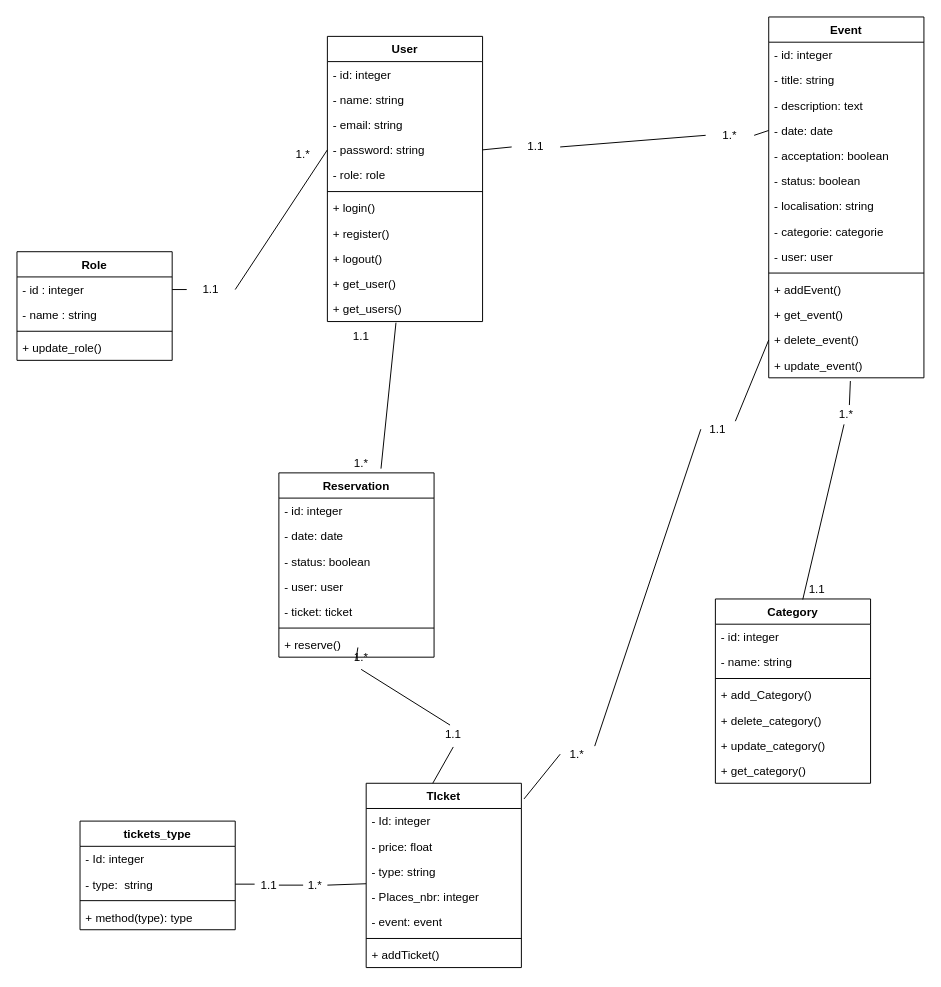
Before: diagramme_classe.drawio in Mohamed072005/YouEvent, a draw.io diagram. Source tidied: cells renumbered, new cells numbered last; positions are measured from the earlier drawing's top-left corner, leaving out a move shared by most shapes. Both pictures are drawn from the tidied source at 97%, with x=0, y=0 at pixel (16, 16).
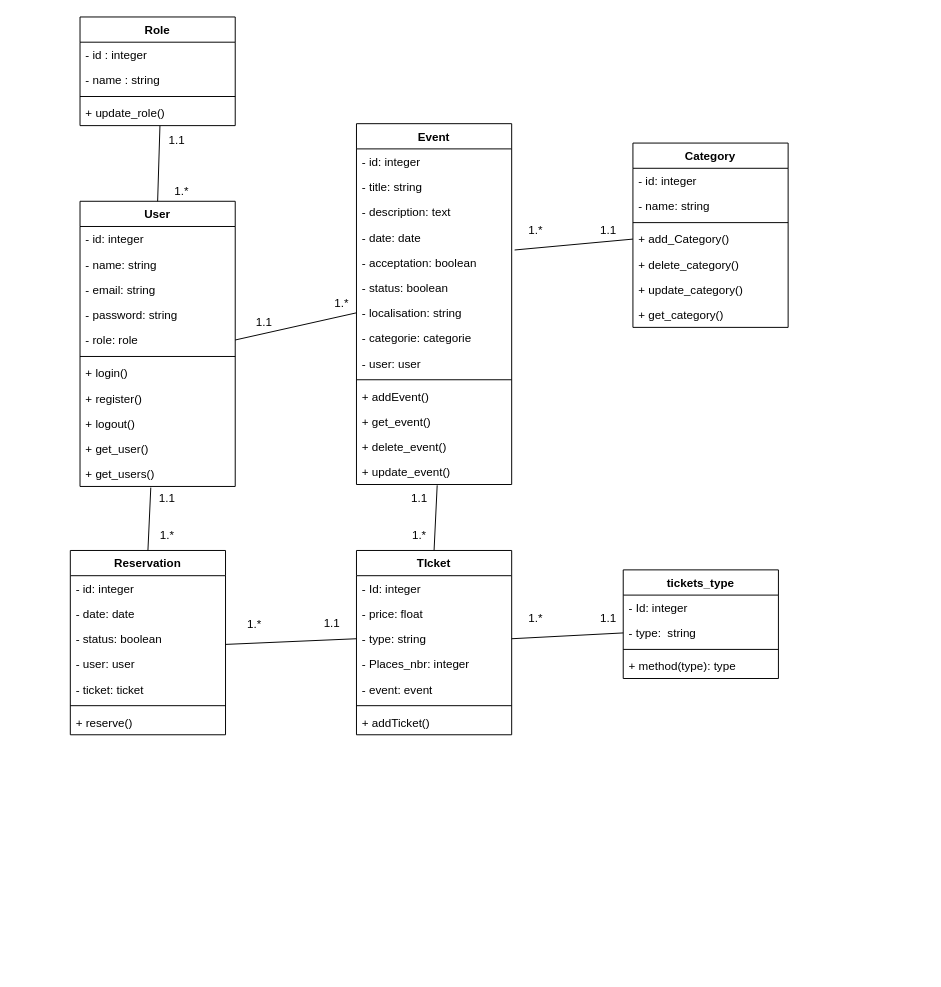
Above is the later version.

Commit message (it also covers changes not shown here):
add some edit in use-case and class diagram"

The change refers to these unchanged cells:
```xml
<mxCell id="6" value="- password: string" style="text;strokeColor=none;fillColor=none;align=left;verticalAlign=top;spacingLeft=4;spacingRight=4;overflow=hidden;points=[[0,0.5],[1,0.5]];portConstraint=eastwest;" parent="2" vertex="1">
  <mxGeometry y="104" width="160" height="26" as="geometry" />
</mxCell>
<mxCell id="7" value="- role: role" style="text;strokeColor=none;fillColor=none;align=left;verticalAlign=top;spacingLeft=4;spacingRight=4;overflow=hidden;points=[[0,0.5],[1,0.5]];portConstraint=eastwest;" parent="2" vertex="1">
  <mxGeometry y="130" width="160" height="26" as="geometry" />
</mxCell>
<mxCell id="13" value="+ get_users()" style="text;strokeColor=none;fillColor=none;align=left;verticalAlign=top;spacingLeft=4;spacingRight=4;overflow=hidden;points=[[0,0.5],[1,0.5]];portConstraint=eastwest;" parent="2" vertex="1">
  <mxGeometry y="268" width="160" height="26" as="geometry" />
</mxCell>
<mxCell id="18" value="- date: date" style="text;strokeColor=none;fillColor=none;align=left;verticalAlign=top;spacingLeft=4;spacingRight=4;overflow=hidden;points=[[0,0.5],[1,0.5]];portConstraint=eastwest;" parent="14" vertex="1">
  <mxGeometry y="104" width="160" height="26" as="geometry" />
</mxCell>
<mxCell id="19" value="- acceptation: boolean" style="text;strokeColor=none;fillColor=none;align=left;verticalAlign=top;spacingLeft=4;spacingRight=4;overflow=hidden;points=[[0,0.5],[1,0.5]];portConstraint=eastwest;" parent="14" vertex="1">
  <mxGeometry y="130" width="160" height="26" as="geometry" />
</mxCell>
<mxCell id="21" value="- localisation: string" style="text;strokeColor=none;fillColor=none;align=left;verticalAlign=top;spacingLeft=4;spacingRight=4;overflow=hidden;points=[[0,0.5],[1,0.5]];portConstraint=eastwest;" parent="14" vertex="1">
  <mxGeometry y="182" width="160" height="26" as="geometry" />
</mxCell>
<mxCell id="27" value="+ delete_event()" style="text;strokeColor=none;fillColor=none;align=left;verticalAlign=top;spacingLeft=4;spacingRight=4;overflow=hidden;points=[[0,0.5],[1,0.5]];portConstraint=eastwest;" parent="14" vertex="1">
  <mxGeometry y="320" width="160" height="26" as="geometry" />
</mxCell>
<mxCell id="28" value="+ update_event()" style="text;strokeColor=none;fillColor=none;align=left;verticalAlign=top;spacingLeft=4;spacingRight=4;overflow=hidden;points=[[0,0.5],[1,0.5]];portConstraint=eastwest;" parent="14" vertex="1">
  <mxGeometry y="346" width="160" height="26" as="geometry" />
</mxCell>
<mxCell id="33" value="+ add_Category()" style="text;strokeColor=none;fillColor=none;align=left;verticalAlign=top;spacingLeft=4;spacingRight=4;overflow=hidden;points=[[0,0.5],[1,0.5]];portConstraint=eastwest;" parent="29" vertex="1">
  <mxGeometry y="86" width="160" height="26" as="geometry" />
</mxCell>
<mxCell id="40" value="- type: string" style="text;strokeColor=none;fillColor=none;align=left;verticalAlign=top;spacingLeft=4;spacingRight=4;overflow=hidden;points=[[0,0.5],[1,0.5]];portConstraint=eastwest;" parent="37" vertex="1">
  <mxGeometry y="78" width="160" height="26" as="geometry" />
</mxCell>
<mxCell id="41" value="- Places_nbr: integer" style="text;strokeColor=none;fillColor=none;align=left;verticalAlign=top;spacingLeft=4;spacingRight=4;overflow=hidden;points=[[0,0.5],[1,0.5]];portConstraint=eastwest;" parent="37" vertex="1">
  <mxGeometry y="104" width="160" height="26" as="geometry" />
</mxCell>
<mxCell id="48" value="- status: boolean" style="text;strokeColor=none;fillColor=none;align=left;verticalAlign=top;spacingLeft=4;spacingRight=4;overflow=hidden;points=[[0,0.5],[1,0.5]];portConstraint=eastwest;" parent="45" vertex="1">
  <mxGeometry y="78" width="160" height="26" as="geometry" />
</mxCell>
<mxCell id="52" value="+ reserve()" style="text;strokeColor=none;fillColor=none;align=left;verticalAlign=top;spacingLeft=4;spacingRight=4;overflow=hidden;points=[[0,0.5],[1,0.5]];portConstraint=eastwest;" parent="45" vertex="1">
  <mxGeometry y="164" width="160" height="26" as="geometry" />
</mxCell>
<mxCell id="60" value="- id : integer" style="text;strokeColor=none;fillColor=none;align=left;verticalAlign=top;spacingLeft=4;spacingRight=4;overflow=hidden;points=[[0,0.5],[1,0.5]];portConstraint=eastwest;" parent="59" vertex="1">
  <mxGeometry y="26" width="160" height="26" as="geometry" />
</mxCell>
<mxCell id="63" value="+ update_role()" style="text;strokeColor=none;fillColor=none;align=left;verticalAlign=top;spacingLeft=4;spacingRight=4;overflow=hidden;points=[[0,0.5],[1,0.5]];portConstraint=eastwest;" parent="59" vertex="1">
  <mxGeometry y="86" width="160" height="26" as="geometry" />
</mxCell>
<mxCell id="86" value="- type:  string" style="text;strokeColor=none;fillColor=none;align=left;verticalAlign=top;spacingLeft=4;spacingRight=4;overflow=hidden;points=[[0,0.5],[1,0.5]];portConstraint=eastwest;" parent="84" vertex="1">
  <mxGeometry y="52" width="160" height="26" as="geometry" />
</mxCell>
```

What changed in the source:
```diff
@@
     <mxCell id="2" value="User" style="swimlane;fontStyle=1;align=center;verticalAlign=top;horizontal=1;startSize=26;" parent="1" vertex="1">
-      <mxGeometry x="320" y="20" width="160" height="294" as="geometry" />
+      <mxGeometry x="65" y="190" width="160" height="294" as="geometry" />
     </mxCell>
@@
     <mxCell id="14" value="Event" style="swimlane;fontStyle=1;align=center;verticalAlign=top;horizontal=1;startSize=26;" parent="1" vertex="1">
-      <mxGeometry x="775" width="160" height="372" as="geometry" />
+      <mxGeometry x="350" y="110" width="160" height="372" as="geometry" />
     </mxCell>
@@
     <mxCell id="29" value="Category" style="swimlane;fontStyle=1;align=center;verticalAlign=top;horizontal=1;startSize=26;" parent="1" vertex="1">
-      <mxGeometry x="720" y="600" width="160" height="190" as="geometry" />
+      <mxGeometry x="635" y="130" width="160" height="190" as="geometry" />
     </mxCell>
@@
     <mxCell id="37" value="TIcket" style="swimlane;fontStyle=1;align=center;verticalAlign=top;horizontal=1;startSize=26;" parent="1" vertex="1">
-      <mxGeometry x="360" y="790" width="160" height="190" as="geometry" />
+      <mxGeometry x="350" y="550" width="160" height="190" as="geometry" />
     </mxCell>
@@
     <mxCell id="45" value="Reservation" style="swimlane;fontStyle=1;align=center;verticalAlign=top;horizontal=1;startSize=26;" parent="1" vertex="1">
-      <mxGeometry x="270" y="470" width="160" height="190" as="geometry" />
+      <mxGeometry x="55" y="550" width="160" height="190" as="geometry" />
     </mxCell>
@@
-    <mxCell id="53" style="endArrow=none;html=1;entryX=0;entryY=0.5;entryDx=0;entryDy=0;exitX=1;exitY=0.5;exitDx=0;exitDy=0;startArrow=none;" parent="1" edge="1" source="81" target="18">
-      <mxGeometry relative="1" as="geometry" />
-    </mxCell>
-    <mxCell id="54" style="endArrow=none;html=1;exitX=0.563;exitY=0.003;exitDx=0;exitDy=0;exitPerimeter=0;startArrow=none;entryX=0.526;entryY=1.127;entryDx=0;entryDy=0;entryPerimeter=0;" parent="1" edge="1" source="79" target="28">
-      <mxGeometry relative="1" as="geometry" />
-    </mxCell>
     <mxCell id="55" value="1.1" style="text;html=1;strokeColor=none;fillColor=none;align=center;verticalAlign=middle;whiteSpace=wrap;rounded=0;" parent="1" vertex="1">
-      <mxGeometry x="800" y="580" width="50" height="20" as="geometry" />
+      <mxGeometry x="585" y="210" width="50" height="20" as="geometry" />
     </mxCell>
-    <mxCell id="56" style="endArrow=none;html=1;entryX=0.442;entryY=1.044;entryDx=0;entryDy=0;exitX=0.658;exitY=-0.023;exitDx=0;exitDy=0;exitPerimeter=0;entryPerimeter=0;" parent="1" edge="1" source="45" target="13">
-      <mxGeometry relative="1" as="geometry" />
-    </mxCell>
-    <mxCell id="57" style="endArrow=none;html=1;exitX=1.017;exitY=0.085;exitDx=0;exitDy=0;exitPerimeter=0;entryX=0;entryY=0.5;entryDx=0;entryDy=0;startArrow=none;" parent="1" edge="1" source="77" target="27">
-      <mxGeometry relative="1" as="geometry" />
-    </mxCell>
-    <mxCell id="58" style="endArrow=none;html=1;exitX=0.429;exitY=0;exitDx=0;exitDy=0;exitPerimeter=0;entryX=0.496;entryY=1.128;entryDx=0;entryDy=0;entryPerimeter=0;startArrow=none;" parent="1" edge="1" source="71" target="52">
-      <mxGeometry relative="1" as="geometry" />
-    </mxCell>
     <mxCell id="59" value="Role" style="swimlane;fontStyle=1;align=center;verticalAlign=top;horizontal=1;startSize=26;" parent="1" vertex="1">
-      <mxGeometry y="242" width="160" height="112" as="geometry" />
+      <mxGeometry x="65" width="160" height="112" as="geometry" />
     </mxCell>
@@
-    <mxCell id="64" style="endArrow=none;html=1;exitX=1;exitY=0.5;exitDx=0;exitDy=0;entryX=0;entryY=0.5;entryDx=0;entryDy=0;startArrow=none;" parent="1" edge="1" source="69" target="6">
-      <mxGeometry relative="1" as="geometry" />
-    </mxCell>
     <mxCell id="65" value="1.*" style="text;html=1;strokeColor=none;fillColor=none;align=center;verticalAlign=middle;whiteSpace=wrap;rounded=0;" parent="1" vertex="1">
-      <mxGeometry x="270" y="132" width="50" height="20" as="geometry" />
+      <mxGeometry x="145" y="170" width="50" height="20" as="geometry" />
     </mxCell>
-    <mxCell id="66" value="1.*" style="text;html=1;strokeColor=none;fillColor=none;align=center;verticalAlign=middle;whiteSpace=wrap;rounded=0;" parent="1" vertex="1">
-      <mxGeometry x="330" y="450" width="50" height="20" as="geometry" />
-    </mxCell>
-    <mxCell id="67" value="1.1" style="text;html=1;strokeColor=none;fillColor=none;align=center;verticalAlign=middle;whiteSpace=wrap;rounded=0;" parent="1" vertex="1">
-      <mxGeometry x="330" y="320" width="50" height="20" as="geometry" />
-    </mxCell>
-    <mxCell id="68" style="endArrow=none;html=1;exitX=1;exitY=0.5;exitDx=0;exitDy=0;entryX=0;entryY=0.5;entryDx=0;entryDy=0;" parent="1" edge="1" source="60" target="69">
-      <mxGeometry relative="1" as="geometry" />
-    </mxCell>
-    <mxCell id="69" value="1.1" style="text;html=1;strokeColor=none;fillColor=none;align=center;verticalAlign=middle;whiteSpace=wrap;rounded=0;" parent="1" vertex="1">
-      <mxGeometry x="175" y="271" width="50" height="20" as="geometry" />
-    </mxCell>
-    <mxCell id="70" style="endArrow=none;html=1;exitX=0.429;exitY=0;exitDx=0;exitDy=0;exitPerimeter=0;entryX=0.496;entryY=1.128;entryDx=0;entryDy=0;entryPerimeter=0;startArrow=none;" parent="1" edge="1" source="73" target="71">
-      <mxGeometry relative="1" as="geometry" />
-    </mxCell>
-    <mxCell id="71" value="1.*" style="text;html=1;strokeColor=none;fillColor=none;align=center;verticalAlign=middle;whiteSpace=wrap;rounded=0;" parent="1" vertex="1">
-      <mxGeometry x="330" y="650" width="50" height="20" as="geometry" />
-    </mxCell>
-    <mxCell id="72" style="endArrow=none;html=1;exitX=0.429;exitY=0;exitDx=0;exitDy=0;exitPerimeter=0;entryX=0.496;entryY=1.128;entryDx=0;entryDy=0;entryPerimeter=0;" parent="1" edge="1" source="37" target="73">
-      <mxGeometry relative="1" as="geometry" />
-    </mxCell>
-    <mxCell id="73" value="1.1" style="text;html=1;strokeColor=none;fillColor=none;align=center;verticalAlign=middle;whiteSpace=wrap;rounded=0;" parent="1" vertex="1">
-      <mxGeometry x="425" y="730" width="50" height="20" as="geometry" />
-    </mxCell>
-    <mxCell id="74" style="endArrow=none;html=1;exitX=1.017;exitY=0.085;exitDx=0;exitDy=0;exitPerimeter=0;entryX=0;entryY=0.5;entryDx=0;entryDy=0;" parent="1" edge="1" source="37" target="75">
-      <mxGeometry relative="1" as="geometry" />
-    </mxCell>
-    <mxCell id="75" value="1.*" style="text;html=1;strokeColor=none;fillColor=none;align=center;verticalAlign=middle;whiteSpace=wrap;rounded=0;" parent="1" vertex="1">
-      <mxGeometry x="560" y="750" width="35" height="20" as="geometry" />
-    </mxCell>
-    <mxCell id="76" style="endArrow=none;html=1;exitX=1.017;exitY=0.085;exitDx=0;exitDy=0;exitPerimeter=0;entryX=0;entryY=0.5;entryDx=0;entryDy=0;startArrow=none;" parent="1" edge="1" source="75" target="77">
-      <mxGeometry relative="1" as="geometry" />
-    </mxCell>
-    <mxCell id="77" value="1.1" style="text;html=1;strokeColor=none;fillColor=none;align=center;verticalAlign=middle;whiteSpace=wrap;rounded=0;" parent="1" vertex="1">
-      <mxGeometry x="705" y="415" width="35" height="20" as="geometry" />
-    </mxCell>
-    <mxCell id="78" style="endArrow=none;html=1;exitX=0.563;exitY=0.003;exitDx=0;exitDy=0;exitPerimeter=0;" parent="1" edge="1" source="29" target="79">
-      <mxGeometry relative="1" as="geometry" />
-    </mxCell>
     <mxCell id="79" value="1.*" style="text;html=1;strokeColor=none;fillColor=none;align=center;verticalAlign=middle;whiteSpace=wrap;rounded=0;" parent="1" vertex="1">
-      <mxGeometry x="830" y="400" width="50" height="20" as="geometry" />
+      <mxGeometry x="510" y="210" width="50" height="20" as="geometry" />
     </mxCell>
-    <mxCell id="80" style="endArrow=none;html=1;entryX=0;entryY=0.5;entryDx=0;entryDy=0;exitX=1;exitY=0.5;exitDx=0;exitDy=0;startArrow=none;" parent="1" edge="1" source="83" target="81">
-      <mxGeometry relative="1" as="geometry" />
-    </mxCell>
-    <mxCell id="81" value="1.*" style="text;html=1;strokeColor=none;fillColor=none;align=center;verticalAlign=middle;whiteSpace=wrap;rounded=0;" parent="1" vertex="1">
-      <mxGeometry x="710" y="112" width="50" height="20" as="geometry" />
-    </mxCell>
-    <mxCell id="82" style="endArrow=none;html=1;entryX=0;entryY=0.5;entryDx=0;entryDy=0;exitX=1;exitY=0.5;exitDx=0;exitDy=0;" parent="1" edge="1" source="6" target="83">
-      <mxGeometry relative="1" as="geometry" />
-    </mxCell>
-    <mxCell id="83" value="1.1" style="text;html=1;strokeColor=none;fillColor=none;align=center;verticalAlign=middle;whiteSpace=wrap;rounded=0;" parent="1" vertex="1">
-      <mxGeometry x="510" y="124" width="50" height="20" as="geometry" />
-    </mxCell>
     <mxCell id="84" value="tickets_type" style="swimlane;fontStyle=1;align=center;verticalAlign=top;horizontal=1;startSize=26;" parent="1" vertex="1">
-      <mxGeometry x="65" y="829" width="160" height="112" as="geometry" />
+      <mxGeometry x="625" y="570" width="160" height="112" as="geometry" />
     </mxCell>
@@
-    <mxCell id="89" style="endArrow=none;html=1;exitX=1;exitY=0.5;exitDx=0;exitDy=0;" parent="1" edge="1" source="86">
-      <mxGeometry relative="1" as="geometry">
-        <mxPoint x="245" y="894" as="targetPoint" />
-      </mxGeometry>
-    </mxCell>
-    <mxCell id="90" value="1.1" style="text;strokeColor=none;align=center;fillColor=none;html=1;verticalAlign=middle;whiteSpace=wrap;rounded=0;" parent="1" vertex="1">
-      <mxGeometry x="250" y="880" width="20" height="30" as="geometry" />
-    </mxCell>
-    <mxCell id="91" value="1.*" style="text;strokeColor=none;align=center;fillColor=none;html=1;verticalAlign=middle;whiteSpace=wrap;rounded=0;" parent="1" vertex="1">
-      <mxGeometry x="295" y="880" width="25" height="30" as="geometry" />
-    </mxCell>
-    <mxCell id="92" style="endArrow=none;html=1;exitX=-0.001;exitY=-0.016;exitDx=0;exitDy=0;exitPerimeter=0;entryX=1;entryY=0.5;entryDx=0;entryDy=0;" parent="1" edge="1" source="41" target="91">
-      <mxGeometry relative="1" as="geometry" />
-    </mxCell>
-    <mxCell id="93" style="endArrow=none;html=1;exitX=1;exitY=0.5;exitDx=0;exitDy=0;entryX=0;entryY=0.5;entryDx=0;entryDy=0;" parent="1" edge="1" source="90" target="91">
-      <mxGeometry relative="1" as="geometry" />
-    </mxCell>
+    <mxCell id="94" style="endArrow=none;html=1;entryX=0.515;entryY=1.011;entryDx=0;entryDy=0;entryPerimeter=0;exitX=0.5;exitY=0;exitDx=0;exitDy=0;" parent="1" edge="1" source="2" target="63">
+      <mxGeometry relative="1" as="geometry" />
+    </mxCell>
+    <mxCell id="95" value="1.1" style="text;strokeColor=none;align=center;fillColor=none;html=1;verticalAlign=middle;whiteSpace=wrap;rounded=0;" parent="1" vertex="1">
+      <mxGeometry x="135" y="112" width="60" height="30" as="geometry" />
+    </mxCell>
+    <mxCell id="96" style="endArrow=none;html=1;exitX=1;exitY=0.5;exitDx=0;exitDy=0;entryX=0;entryY=0.5;entryDx=0;entryDy=0;" parent="1" edge="1" source="7" target="21">
+      <mxGeometry relative="1" as="geometry" />
+    </mxCell>
+    <mxCell id="97" value="1.*" style="text;strokeColor=none;align=center;fillColor=none;html=1;verticalAlign=middle;whiteSpace=wrap;rounded=0;" parent="1" vertex="1">
+      <mxGeometry x="305" y="280" width="60" height="30" as="geometry" />
+    </mxCell>
+    <mxCell id="98" value="1.1" style="text;strokeColor=none;align=center;fillColor=none;html=1;verticalAlign=middle;whiteSpace=wrap;rounded=0;" parent="1" vertex="1">
+      <mxGeometry x="225" y="300" width="60" height="30" as="geometry" />
+    </mxCell>
+    <mxCell id="99" style="endArrow=none;html=1;entryX=0;entryY=0.5;entryDx=0;entryDy=0;exitX=1.019;exitY=0.009;exitDx=0;exitDy=0;exitPerimeter=0;" parent="1" edge="1" source="19" target="33">
+      <mxGeometry relative="1" as="geometry" />
+    </mxCell>
+    <mxCell id="100" style="endArrow=none;html=1;exitX=0.456;exitY=1.045;exitDx=0;exitDy=0;exitPerimeter=0;entryX=0.5;entryY=0;entryDx=0;entryDy=0;" parent="1" edge="1" source="13" target="45">
+      <mxGeometry relative="1" as="geometry" />
+    </mxCell>
+    <mxCell id="101" value="1.1" style="text;strokeColor=none;align=center;fillColor=none;html=1;verticalAlign=middle;whiteSpace=wrap;rounded=0;" parent="1" vertex="1">
+      <mxGeometry x="125" y="482" width="60" height="30" as="geometry" />
+    </mxCell>
+    <mxCell id="102" value="1.*" style="text;strokeColor=none;align=center;fillColor=none;html=1;verticalAlign=middle;whiteSpace=wrap;rounded=0;" parent="1" vertex="1">
+      <mxGeometry x="125" y="520" width="60" height="30" as="geometry" />
+    </mxCell>
+    <mxCell id="103" style="endArrow=none;html=1;entryX=0.52;entryY=1.031;entryDx=0;entryDy=0;entryPerimeter=0;exitX=0.5;exitY=0;exitDx=0;exitDy=0;" parent="1" edge="1" source="37" target="28">
+      <mxGeometry relative="1" as="geometry" />
+    </mxCell>
+    <mxCell id="104" style="endArrow=none;html=1;exitX=0.999;exitY=0.725;exitDx=0;exitDy=0;exitPerimeter=0;entryX=0;entryY=0.5;entryDx=0;entryDy=0;" parent="1" edge="1" source="48" target="40">
+      <mxGeometry relative="1" as="geometry" />
+    </mxCell>
+    <mxCell id="105" value="1.1" style="text;strokeColor=none;align=center;fillColor=none;html=1;verticalAlign=middle;whiteSpace=wrap;rounded=0;" parent="1" vertex="1">
+      <mxGeometry x="385" y="482" width="60" height="30" as="geometry" />
+    </mxCell>
+    <mxCell id="106" value="1.*" style="text;strokeColor=none;align=center;fillColor=none;html=1;verticalAlign=middle;whiteSpace=wrap;rounded=0;" parent="1" vertex="1">
+      <mxGeometry x="385" y="520" width="60" height="30" as="geometry" />
+    </mxCell>
+    <mxCell id="107" value="1.*" style="text;strokeColor=none;align=center;fillColor=none;html=1;verticalAlign=middle;whiteSpace=wrap;rounded=0;" parent="1" vertex="1">
+      <mxGeometry x="215" y="611" width="60" height="30" as="geometry" />
+    </mxCell>
+    <mxCell id="108" value="1.1" style="text;strokeColor=none;align=center;fillColor=none;html=1;verticalAlign=middle;whiteSpace=wrap;rounded=0;" parent="1" vertex="1">
+      <mxGeometry x="295" y="610" width="60" height="30" as="geometry" />
+    </mxCell>
+    <mxCell id="109" style="endArrow=none;html=1;exitX=0;exitY=0.5;exitDx=0;exitDy=0;entryX=1;entryY=0.5;entryDx=0;entryDy=0;" parent="1" edge="1" source="86" target="40">
+      <mxGeometry relative="1" as="geometry" />
+    </mxCell>
+    <mxCell id="110" value="1.1" style="text;html=1;strokeColor=none;fillColor=none;align=center;verticalAlign=middle;whiteSpace=wrap;rounded=0;" parent="1" vertex="1">
+      <mxGeometry x="585" y="610" width="50" height="20" as="geometry" />
+    </mxCell>
+    <mxCell id="111" value="1.*" style="text;html=1;strokeColor=none;fillColor=none;align=center;verticalAlign=middle;whiteSpace=wrap;rounded=0;" parent="1" vertex="1">
+      <mxGeometry x="510" y="610" width="50" height="20" as="geometry" />
+    </mxCell>
```
